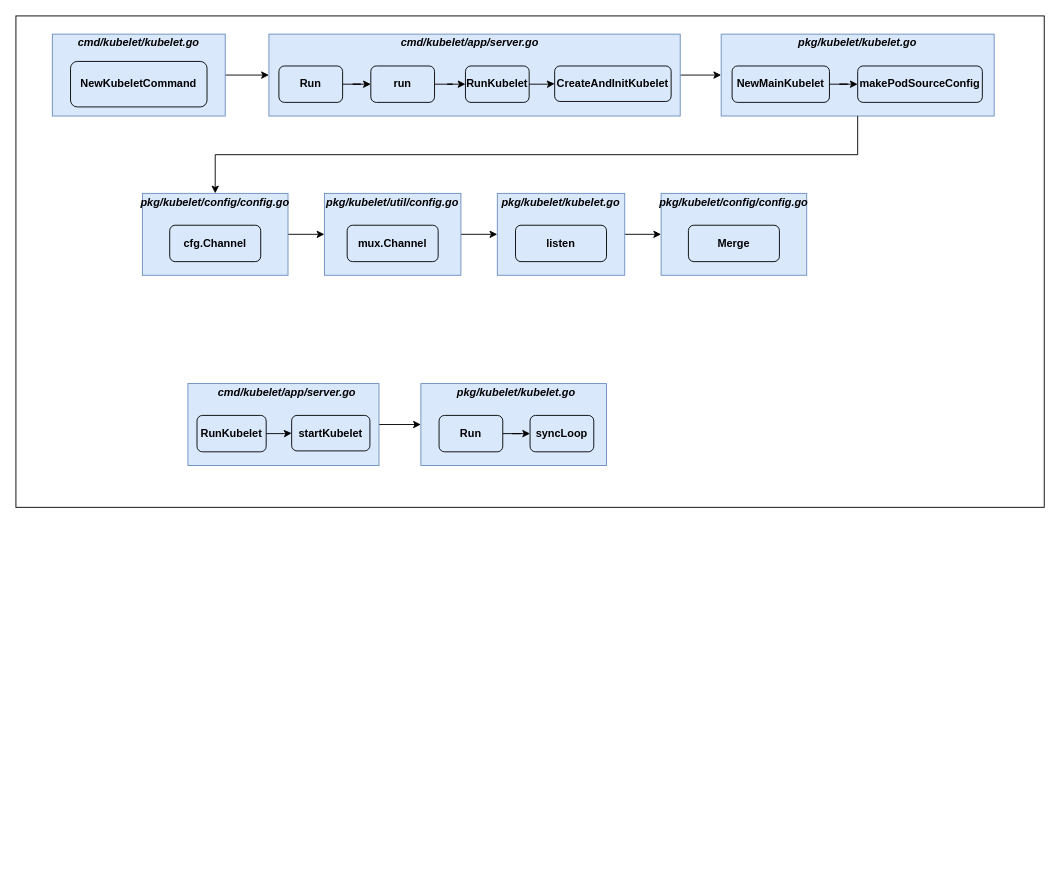
Earlier version of the draw.io diagram page "第 1 页" (1 of 2) of learning/k8s&docker/源码/kubelet/picture/merge call.drawio (xiaoxiadazhi/ReadAndWrite). Source tidied: cells renumbered, new cells numbered last; positions are measured from the earlier drawing's top-left corner, leaving out a move shared by most shapes. Both pictures are drawn from the tidied source at 91%, with x=0, y=0 at pixel (15, 15).
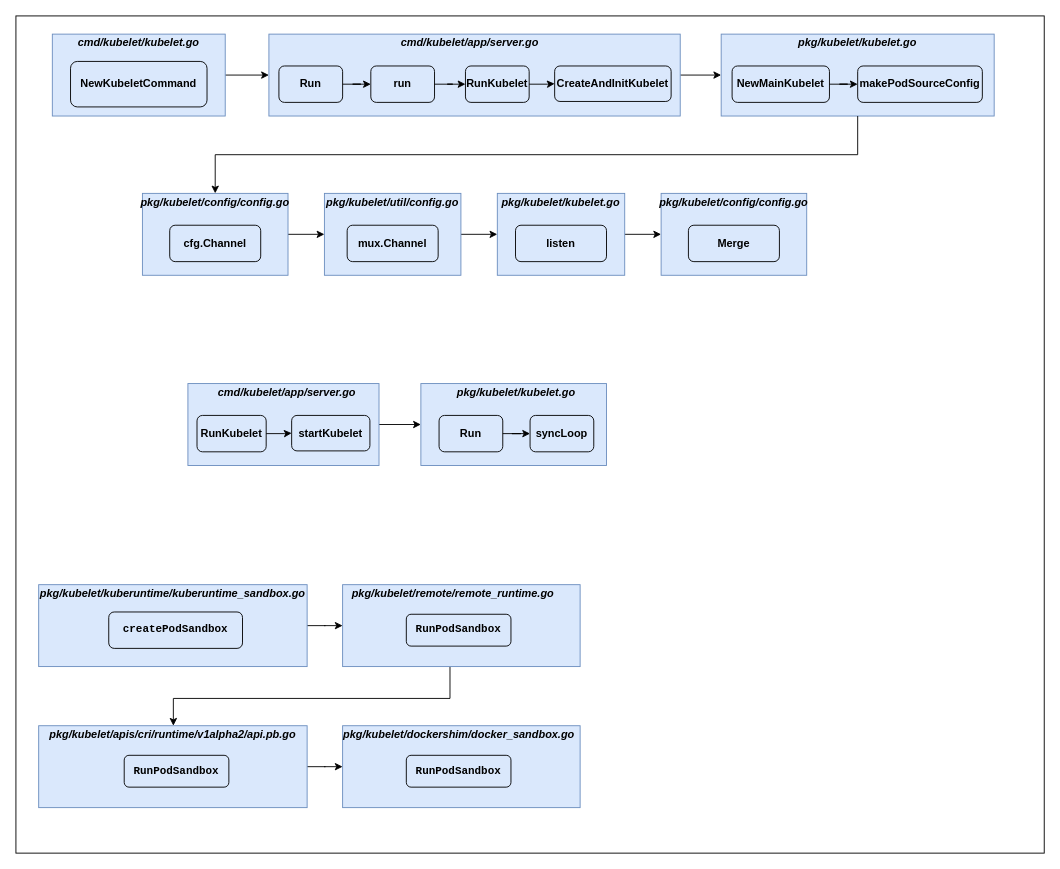
After the change.

What changed in the source:
```diff
@@
     <mxCell id="2" style="rounded=0;whiteSpace=wrap;html=1;fillColor=none;" parent="1" vertex="1">
-      <mxGeometry width="1130" height="540" as="geometry" />
+      <mxGeometry width="1130" height="920" as="geometry" />
     </mxCell>
@@
+    <mxCell id="49" style="edgeStyle=orthogonalEdgeStyle;rounded=0;jettySize=auto;html=1;" parent="1" edge="1" source="50" target="52">
+      <mxGeometry relative="1" as="geometry" />
+    </mxCell>
+    <mxCell id="50" style="rounded=0;whiteSpace=wrap;html=1;fillColor=#dae8fc;strokeColor=#6c8ebf;fontStyle=1;" parent="1" vertex="1">
+      <mxGeometry x="25" y="625" width="295" height="90" as="geometry" />
+    </mxCell>
+    <mxCell id="51" style="edgeStyle=orthogonalEdgeStyle;rounded=0;jettySize=auto;html=1;" parent="1" edge="1" source="52" target="54">
+      <mxGeometry relative="1" as="geometry">
+        <Array as="points">
+          <mxPoint x="477" y="750" />
+          <mxPoint x="173" y="750" />
+        </Array>
+      </mxGeometry>
+    </mxCell>
+    <mxCell id="52" style="rounded=0;whiteSpace=wrap;html=1;fillColor=#dae8fc;strokeColor=#6c8ebf;fontStyle=1;" parent="1" vertex="1">
+      <mxGeometry x="359" y="625" width="261" height="90" as="geometry" />
+    </mxCell>
+    <mxCell id="53" style="edgeStyle=orthogonalEdgeStyle;rounded=0;jettySize=auto;html=1;" parent="1" edge="1" source="54" target="55">
+      <mxGeometry relative="1" as="geometry" />
+    </mxCell>
+    <mxCell id="54" style="rounded=0;whiteSpace=wrap;html=1;fillColor=#dae8fc;strokeColor=#6c8ebf;fontStyle=1;" parent="1" vertex="1">
+      <mxGeometry x="25" y="780" width="295" height="90" as="geometry" />
+    </mxCell>
+    <mxCell id="55" style="rounded=0;whiteSpace=wrap;html=1;fillColor=#dae8fc;strokeColor=#6c8ebf;fontStyle=1;" parent="1" vertex="1">
+      <mxGeometry x="359" y="780" width="261" height="90" as="geometry" />
+    </mxCell>
+    <mxCell id="56" value="&lt;i&gt;pkg/kubelet/kuberuntime/kuberuntime_sandbox.go&lt;/i&gt;&lt;br&gt;" style="text;html=1;strokeColor=none;fillColor=none;align=center;verticalAlign=middle;whiteSpace=wrap;rounded=0;fontStyle=1;" parent="1" vertex="1">
+      <mxGeometry x="25" y="625" width="295" height="20" as="geometry" />
+    </mxCell>
+    <mxCell id="57" value="&lt;i&gt;pkg/kubelet/remote/remote_runtime.go&lt;/i&gt;&lt;br&gt;" style="text;html=1;strokeColor=none;fillColor=none;align=center;verticalAlign=middle;whiteSpace=wrap;rounded=0;fontStyle=1;" parent="1" vertex="1">
+      <mxGeometry x="359.5" y="625" width="241" height="20" as="geometry" />
+    </mxCell>
+    <mxCell id="58" value="&lt;pre&gt;createPodSandbox&lt;/pre&gt;" style="rounded=1;whiteSpace=wrap;html=1;fillColor=none;fontStyle=1;" parent="1" vertex="1">
+      <mxGeometry x="102" y="655" width="147" height="40" as="geometry" />
+    </mxCell>
+    <mxCell id="59" value="&lt;pre&gt;&lt;span&gt;RunPodSandbox&lt;/span&gt;&lt;/pre&gt;" style="rounded=1;whiteSpace=wrap;html=1;fillColor=none;fontStyle=1;" parent="1" vertex="1">
+      <mxGeometry x="429" y="657.5" width="115" height="35" as="geometry" />
+    </mxCell>
+    <mxCell id="60" value="&lt;i&gt;pkg/kubelet/apis/cri/runtime/v1alpha2/api.pb.go&lt;/i&gt;&lt;br&gt;" style="text;html=1;strokeColor=none;fillColor=none;align=center;verticalAlign=middle;whiteSpace=wrap;rounded=0;fontStyle=1;" parent="1" vertex="1">
+      <mxGeometry x="25" y="780" width="295" height="20" as="geometry" />
+    </mxCell>
+    <mxCell id="61" value="&lt;pre&gt;&lt;span&gt;RunPodSandbox&lt;/span&gt;&lt;/pre&gt;" style="rounded=1;whiteSpace=wrap;html=1;fillColor=none;fontStyle=1;" parent="1" vertex="1">
+      <mxGeometry x="119" y="812.5" width="115" height="35" as="geometry" />
+    </mxCell>
+    <mxCell id="62" value="&lt;i&gt;pkg/kubelet/dockershim/docker_sandbox.go&lt;/i&gt;&lt;br&gt;" style="text;html=1;strokeColor=none;fillColor=none;align=center;verticalAlign=middle;whiteSpace=wrap;rounded=0;fontStyle=1;" parent="1" vertex="1">
+      <mxGeometry x="359.5" y="780" width="254" height="20" as="geometry" />
+    </mxCell>
+    <mxCell id="63" value="&lt;pre&gt;&lt;span&gt;RunPodSandbox&lt;/span&gt;&lt;/pre&gt;" style="rounded=1;whiteSpace=wrap;html=1;fillColor=none;fontStyle=1;" parent="1" vertex="1">
+      <mxGeometry x="429" y="812.5" width="115" height="35" as="geometry" />
+    </mxCell>
```
